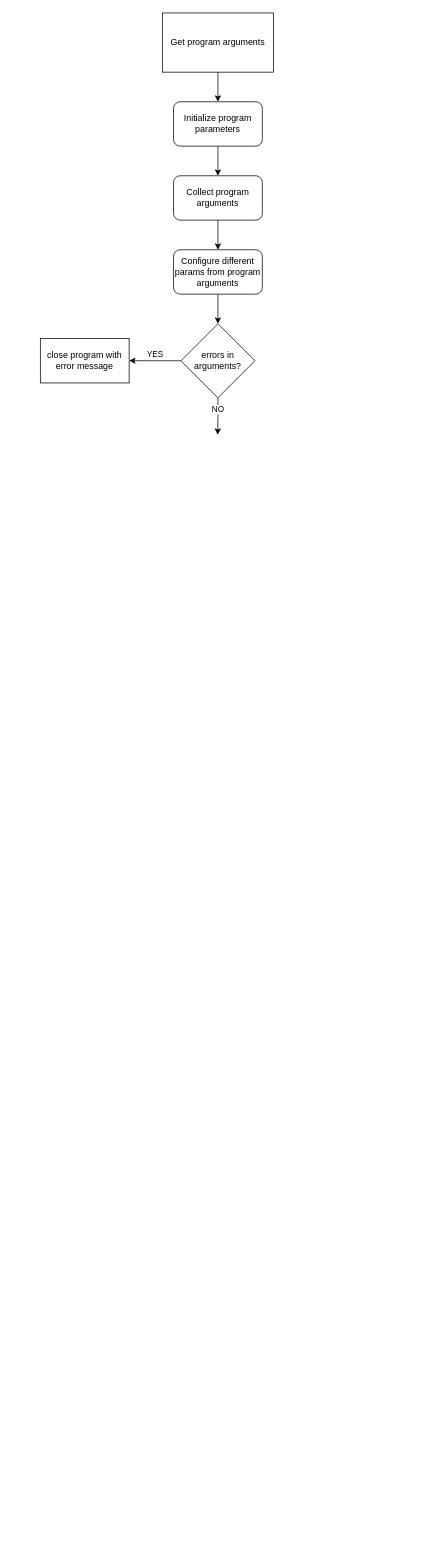
Above: scrapingRobot/robopol.drawio in CarrotCake002/dataCollector (draw.io), before the change. Source tidied: cells renumbered, new cells numbered last; positions are measured from the earlier drawing's top-left corner, leaving out a move shared by most shapes. Both pictures are drawn from the tidied source at 74%, with x=0, y=0 at pixel (40, 13).
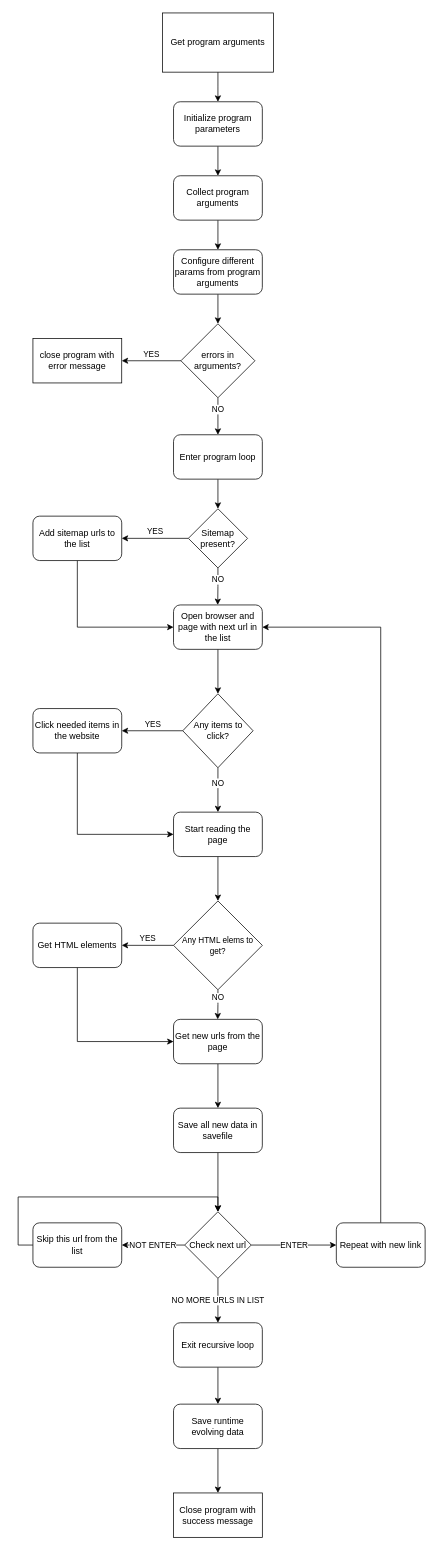
Above is the later version.

Commit message:
finished with basic non-technical scheme

Unchanged cells that the change refers to:
```xml
<mxCell id="8" value="errors in arguments?" style="rhombus;whiteSpace=wrap;html=1;" parent="1" vertex="1">
  <mxGeometry x="190" y="420" width="100" height="100" as="geometry" />
</mxCell>
```

Diff of the diagram source:
```diff
@@
-    <mxCell id="6" value="YES" style="edgeStyle=orthogonalEdgeStyle;rounded=0;jettySize=auto;html=1;exitX=0;exitY=0.5;exitDx=0;exitDy=0;verticalAlign=bottom;" parent="1" edge="1" source="8">
-      <mxGeometry relative="1" as="geometry">
-        <mxPoint x="120" y="469.9" as="targetPoint" />
-      </mxGeometry>
+    <mxCell id="6" value="YES" style="edgeStyle=orthogonalEdgeStyle;rounded=0;jettySize=auto;html=1;exitX=0;exitY=0.5;exitDx=0;exitDy=0;verticalAlign=bottom;entryX=1;entryY=0.5;entryDx=0;entryDy=0;" parent="1" edge="1" source="8" target="9">
+      <mxGeometry relative="1" as="geometry" />
     </mxCell>
-    <mxCell id="7" value="NO" style="edgeStyle=orthogonalEdgeStyle;rounded=0;jettySize=auto;html=1;exitX=0.5;exitY=1;exitDx=0;exitDy=0;verticalAlign=bottom;" parent="1" edge="1" source="8">
-      <mxGeometry relative="1" as="geometry">
-        <mxPoint x="239.7" y="570" as="targetPoint" />
-      </mxGeometry>
+    <mxCell id="7" value="NO" style="edgeStyle=orthogonalEdgeStyle;rounded=0;jettySize=auto;html=1;exitX=0.5;exitY=1;exitDx=0;exitDy=0;verticalAlign=bottom;entryX=0.5;entryY=0;entryDx=0;entryDy=0;" parent="1" edge="1" source="8" target="15">
+      <mxGeometry relative="1" as="geometry" />
     </mxCell>
@@
     <mxCell id="9" value="close program with error message" style="rounded=0;whiteSpace=wrap;html=1;" parent="1" vertex="1">
-      <mxGeometry y="440" width="120" height="60" as="geometry" />
+      <mxGeometry x="-10" y="440" width="120" height="60" as="geometry" />
     </mxCell>
@@
+    <mxCell id="14" style="edgeStyle=orthogonalEdgeStyle;rounded=0;jettySize=auto;html=1;exitX=0.5;exitY=1;exitDx=0;exitDy=0;entryX=0.5;entryY=0;entryDx=0;entryDy=0;verticalAlign=bottom;" parent="1" edge="1" source="15" target="18">
+      <mxGeometry relative="1" as="geometry" />
+    </mxCell>
+    <mxCell id="15" value="Enter program loop" style="rounded=1;whiteSpace=wrap;html=1;" parent="1" vertex="1">
+      <mxGeometry x="180" y="570" width="120" height="60" as="geometry" />
+    </mxCell>
+    <mxCell id="16" value="YES" style="edgeStyle=orthogonalEdgeStyle;rounded=0;jettySize=auto;html=1;exitX=0;exitY=0.5;exitDx=0;exitDy=0;verticalAlign=bottom;entryX=1;entryY=0.5;entryDx=0;entryDy=0;" parent="1" edge="1" source="18" target="20">
+      <mxGeometry relative="1" as="geometry" />
+    </mxCell>
+    <mxCell id="17" value="NO" style="edgeStyle=orthogonalEdgeStyle;rounded=0;jettySize=auto;html=1;exitX=0.5;exitY=1;exitDx=0;exitDy=0;verticalAlign=bottom;" parent="1" edge="1" source="18">
+      <mxGeometry relative="1" as="geometry">
+        <mxPoint x="239.7" y="800" as="targetPoint" />
+      </mxGeometry>
+    </mxCell>
+    <mxCell id="18" value="Sitemap present?" style="rhombus;whiteSpace=wrap;html=1;" parent="1" vertex="1">
+      <mxGeometry x="200" y="670" width="80" height="80" as="geometry" />
+    </mxCell>
+    <mxCell id="19" style="edgeStyle=orthogonalEdgeStyle;rounded=0;jettySize=auto;html=1;exitX=0.5;exitY=1;exitDx=0;exitDy=0;entryX=0;entryY=0.5;entryDx=0;entryDy=0;verticalAlign=bottom;" parent="1" edge="1" source="20" target="22">
+      <mxGeometry relative="1" as="geometry" />
+    </mxCell>
+    <mxCell id="20" value="Add sitemap urls to the list" style="rounded=1;whiteSpace=wrap;html=1;" parent="1" vertex="1">
+      <mxGeometry x="-10" y="680" width="120" height="60" as="geometry" />
+    </mxCell>
+    <mxCell id="21" style="edgeStyle=orthogonalEdgeStyle;rounded=0;jettySize=auto;html=1;exitX=0.5;exitY=1;exitDx=0;exitDy=0;verticalAlign=bottom;entryX=0.5;entryY=0;entryDx=0;entryDy=0;" parent="1" edge="1" source="22" target="27">
+      <mxGeometry relative="1" as="geometry" />
+    </mxCell>
+    <mxCell id="22" value="Open browser and page with next url in the list" style="rounded=1;whiteSpace=wrap;html=1;" parent="1" vertex="1">
+      <mxGeometry x="180" y="800" width="120" height="60" as="geometry" />
+    </mxCell>
+    <mxCell id="23" style="edgeStyle=orthogonalEdgeStyle;rounded=0;jettySize=auto;html=1;exitX=0.5;exitY=1;exitDx=0;exitDy=0;entryX=0;entryY=0.5;entryDx=0;entryDy=0;verticalAlign=bottom;" parent="1" edge="1" source="24" target="29">
+      <mxGeometry relative="1" as="geometry" />
+    </mxCell>
+    <mxCell id="24" value="Click needed items in the website" style="rounded=1;whiteSpace=wrap;html=1;" parent="1" vertex="1">
+      <mxGeometry x="-10" y="940" width="120" height="60" as="geometry" />
+    </mxCell>
+    <mxCell id="25" value="YES" style="edgeStyle=orthogonalEdgeStyle;rounded=0;jettySize=auto;html=1;exitX=0;exitY=0.5;exitDx=0;exitDy=0;entryX=1;entryY=0.5;entryDx=0;entryDy=0;verticalAlign=bottom;" parent="1" edge="1" source="27" target="24">
+      <mxGeometry relative="1" as="geometry" />
+    </mxCell>
+    <mxCell id="26" value="NO" style="edgeStyle=orthogonalEdgeStyle;rounded=0;jettySize=auto;html=1;verticalAlign=bottom;exitX=0.5;exitY=1;exitDx=0;exitDy=0;" parent="1" edge="1" source="27">
+      <mxGeometry relative="1" as="geometry">
+        <mxPoint x="240" y="1080" as="targetPoint" />
+      </mxGeometry>
+    </mxCell>
+    <mxCell id="27" value="Any items to click?" style="rhombus;whiteSpace=wrap;html=1;" parent="1" vertex="1">
+      <mxGeometry x="192.5" y="920" width="95" height="100" as="geometry" />
+    </mxCell>
+    <mxCell id="28" style="edgeStyle=orthogonalEdgeStyle;rounded=0;jettySize=auto;html=1;exitX=0.5;exitY=1;exitDx=0;exitDy=0;verticalAlign=bottom;entryX=0.5;entryY=0;entryDx=0;entryDy=0;" parent="1" edge="1" source="29" target="32">
+      <mxGeometry relative="1" as="geometry" />
+    </mxCell>
+    <mxCell id="29" value="Start reading the page" style="rounded=1;whiteSpace=wrap;html=1;" parent="1" vertex="1">
+      <mxGeometry x="180" y="1080" width="120" height="60" as="geometry" />
+    </mxCell>
+    <mxCell id="30" value="YES" style="edgeStyle=orthogonalEdgeStyle;rounded=0;jettySize=auto;html=1;exitX=0;exitY=0.5;exitDx=0;exitDy=0;verticalAlign=bottom;entryX=1;entryY=0.5;entryDx=0;entryDy=0;" parent="1" edge="1" source="32" target="34">
+      <mxGeometry relative="1" as="geometry" />
+    </mxCell>
+    <mxCell id="31" value="NO" style="edgeStyle=orthogonalEdgeStyle;rounded=0;jettySize=auto;html=1;exitX=0.5;exitY=1;exitDx=0;exitDy=0;verticalAlign=bottom;" parent="1" edge="1" source="32">
+      <mxGeometry relative="1" as="geometry">
+        <mxPoint x="239.7" y="1360" as="targetPoint" />
+      </mxGeometry>
+    </mxCell>
+    <mxCell id="32" value="&lt;font style=&quot;font-size: 11px&quot;&gt;Any HTML elems to get?&lt;/font&gt;" style="rhombus;whiteSpace=wrap;html=1;verticalAlign=middle;" parent="1" vertex="1">
+      <mxGeometry x="180" y="1200" width="120" height="120" as="geometry" />
+    </mxCell>
+    <mxCell id="33" style="edgeStyle=orthogonalEdgeStyle;rounded=0;jettySize=auto;html=1;exitX=0.5;exitY=1;exitDx=0;exitDy=0;entryX=0;entryY=0.5;entryDx=0;entryDy=0;verticalAlign=bottom;" parent="1" edge="1" source="34" target="37">
+      <mxGeometry relative="1" as="geometry" />
+    </mxCell>
+    <mxCell id="34" value="Get HTML elements" style="rounded=1;whiteSpace=wrap;html=1;" parent="1" vertex="1">
+      <mxGeometry x="-10" y="1230" width="120" height="60" as="geometry" />
+    </mxCell>
+    <mxCell id="35" style="edgeStyle=orthogonalEdgeStyle;rounded=0;jettySize=auto;html=1;verticalAlign=bottom;entryX=0.5;entryY=0;entryDx=0;entryDy=0;exitX=0.5;exitY=1;exitDx=0;exitDy=0;" parent="1" edge="1" source="50" target="41">
+      <mxGeometry relative="1" as="geometry" />
+    </mxCell>
+    <mxCell id="36" style="edgeStyle=orthogonalEdgeStyle;rounded=0;jettySize=auto;html=1;exitX=0.5;exitY=1;exitDx=0;exitDy=0;entryX=0.5;entryY=0;entryDx=0;entryDy=0;verticalAlign=middle;" parent="1" edge="1" source="37" target="50">
+      <mxGeometry relative="1" as="geometry" />
+    </mxCell>
+    <mxCell id="37" value="Get new urls from the page" style="rounded=1;whiteSpace=wrap;html=1;verticalAlign=middle;" parent="1" vertex="1">
+      <mxGeometry x="180" y="1360" width="120" height="60" as="geometry" />
+    </mxCell>
+    <mxCell id="38" value="NOT ENTER" style="edgeStyle=orthogonalEdgeStyle;rounded=0;jettySize=auto;html=1;exitX=0;exitY=0.5;exitDx=0;exitDy=0;verticalAlign=middle;entryX=1;entryY=0.5;entryDx=0;entryDy=0;" parent="1" edge="1" source="41" target="43">
+      <mxGeometry relative="1" as="geometry" />
+    </mxCell>
+    <mxCell id="39" value="ENTER" style="edgeStyle=orthogonalEdgeStyle;rounded=0;jettySize=auto;html=1;exitX=1;exitY=0.5;exitDx=0;exitDy=0;verticalAlign=middle;entryX=0;entryY=0.5;entryDx=0;entryDy=0;" parent="1" edge="1" source="41" target="45">
+      <mxGeometry relative="1" as="geometry" />
+    </mxCell>
+    <mxCell id="40" value="NO MORE URLS IN LIST" style="edgeStyle=orthogonalEdgeStyle;rounded=0;jettySize=auto;html=1;exitX=0.5;exitY=1;exitDx=0;exitDy=0;verticalAlign=middle;entryX=0.5;entryY=0;entryDx=0;entryDy=0;" parent="1" edge="1" source="41" target="47">
+      <mxGeometry relative="1" as="geometry" />
+    </mxCell>
+    <mxCell id="41" value="Check next url" style="rhombus;whiteSpace=wrap;html=1;verticalAlign=middle;" parent="1" vertex="1">
+      <mxGeometry x="195" y="1620" width="90" height="90" as="geometry" />
+    </mxCell>
+    <mxCell id="42" style="edgeStyle=orthogonalEdgeStyle;rounded=0;jettySize=auto;html=1;exitX=0;exitY=0.5;exitDx=0;exitDy=0;entryX=0.5;entryY=0;entryDx=0;entryDy=0;verticalAlign=middle;" parent="1" edge="1" source="43" target="41">
+      <mxGeometry relative="1" as="geometry" />
+    </mxCell>
+    <mxCell id="43" value="Skip this url from the list" style="rounded=1;whiteSpace=wrap;html=1;verticalAlign=middle;" parent="1" vertex="1">
+      <mxGeometry x="-10" y="1635" width="120" height="60" as="geometry" />
+    </mxCell>
+    <mxCell id="44" style="edgeStyle=orthogonalEdgeStyle;rounded=0;jettySize=auto;html=1;exitX=0.5;exitY=0;exitDx=0;exitDy=0;entryX=1;entryY=0.5;entryDx=0;entryDy=0;verticalAlign=middle;" parent="1" edge="1" source="45" target="22">
+      <mxGeometry relative="1" as="geometry" />
+    </mxCell>
+    <mxCell id="45" value="Repeat with new link" style="rounded=1;whiteSpace=wrap;html=1;verticalAlign=middle;" parent="1" vertex="1">
+      <mxGeometry x="400" y="1635" width="120" height="60" as="geometry" />
+    </mxCell>
+    <mxCell id="46" style="edgeStyle=orthogonalEdgeStyle;rounded=0;jettySize=auto;html=1;exitX=0.5;exitY=1;exitDx=0;exitDy=0;entryX=0.5;entryY=0;entryDx=0;entryDy=0;verticalAlign=middle;" parent="1" edge="1" source="47" target="49">
+      <mxGeometry relative="1" as="geometry" />
+    </mxCell>
+    <mxCell id="47" value="Exit recursive loop" style="rounded=1;whiteSpace=wrap;html=1;verticalAlign=middle;" parent="1" vertex="1">
+      <mxGeometry x="180" y="1770" width="120" height="60" as="geometry" />
+    </mxCell>
+    <mxCell id="48" style="edgeStyle=orthogonalEdgeStyle;rounded=0;jettySize=auto;html=1;exitX=0.5;exitY=1;exitDx=0;exitDy=0;entryX=0.5;entryY=0;entryDx=0;entryDy=0;verticalAlign=middle;" parent="1" edge="1" source="49" target="51">
+      <mxGeometry relative="1" as="geometry" />
+    </mxCell>
+    <mxCell id="49" value="Save runtime evolving data" style="rounded=1;whiteSpace=wrap;html=1;verticalAlign=middle;" parent="1" vertex="1">
+      <mxGeometry x="180" y="1880" width="120" height="60" as="geometry" />
+    </mxCell>
+    <mxCell id="50" value="Save all new data in savefile" style="rounded=1;whiteSpace=wrap;html=1;verticalAlign=middle;" parent="1" vertex="1">
+      <mxGeometry x="180" y="1480" width="120" height="60" as="geometry" />
+    </mxCell>
+    <mxCell id="51" value="Close program with success message" style="rounded=0;whiteSpace=wrap;html=1;verticalAlign=middle;" parent="1" vertex="1">
+      <mxGeometry x="180" y="2000" width="120" height="60" as="geometry" />
+    </mxCell>
```
